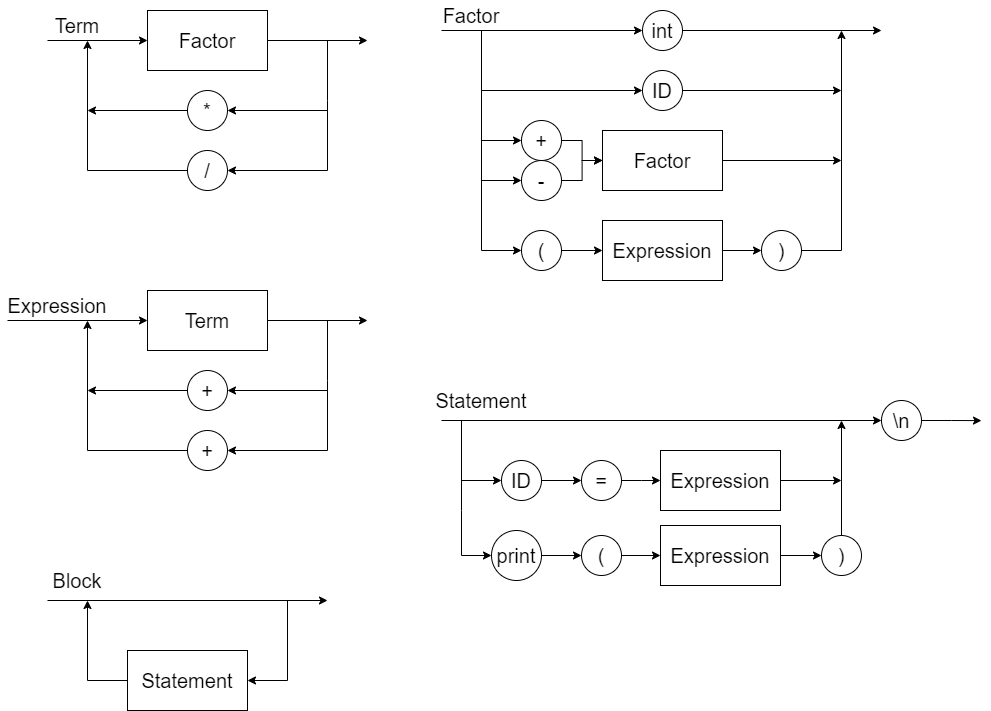
Above: DS_4.drawio.png in franbvc/Sharpiler (draw.io), before the change. Source tidied: cells renumbered, new cells last; positions are measured from the earlier drawing's top-left corner, leaving out a move shared by most shapes.
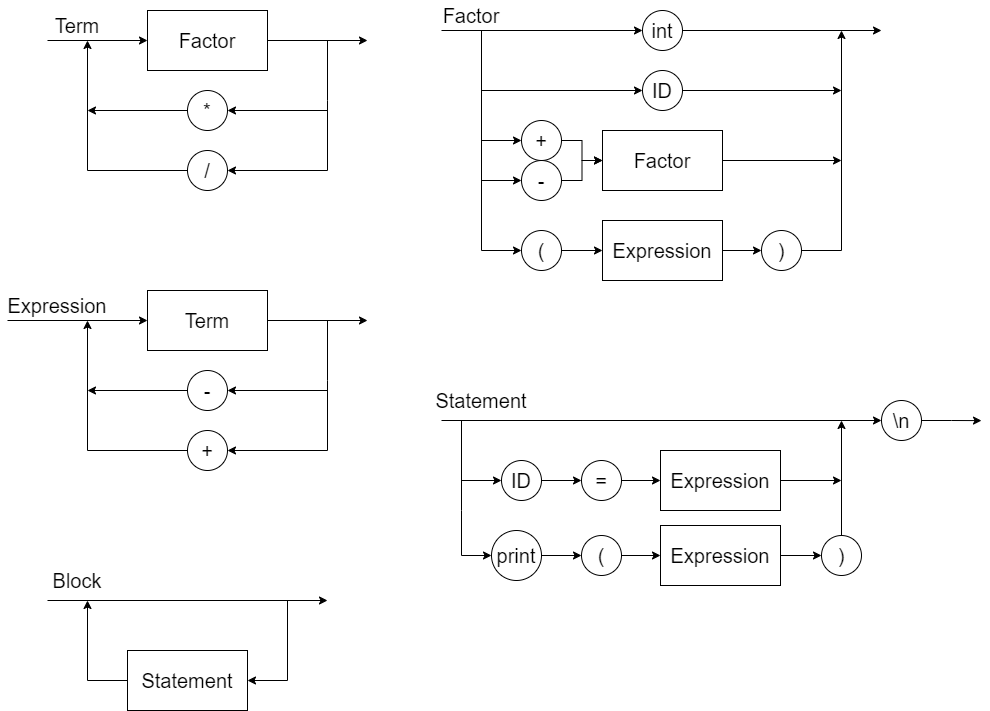
The same file after the commit.

Commit message:
(fix) wrong '+' symbol

The edit, as a diff of the source:
```diff
@@ -160,7 +160,7 @@
     <mxCell id="38" value="+" style="ellipse;whiteSpace=wrap;html=1;fontSize=20;" parent="1" vertex="1">
       <mxGeometry x="180" y="430" width="40" height="40" as="geometry" />
     </mxCell>
-    <mxCell id="39" value="+" style="ellipse;whiteSpace=wrap;html=1;fontSize=20;" parent="1" vertex="1">
+    <mxCell id="39" value="-" style="ellipse;whiteSpace=wrap;html=1;fontSize=20;" parent="1" vertex="1">
       <mxGeometry x="180" y="370" width="40" height="40" as="geometry" />
     </mxCell>
     <mxCell id="40" style="endArrow=classic;html=1;rounded=0;entryX=1;entryY=0.5;entryDx=0;entryDy=0;" parent="1" edge="1" target="38">
```
